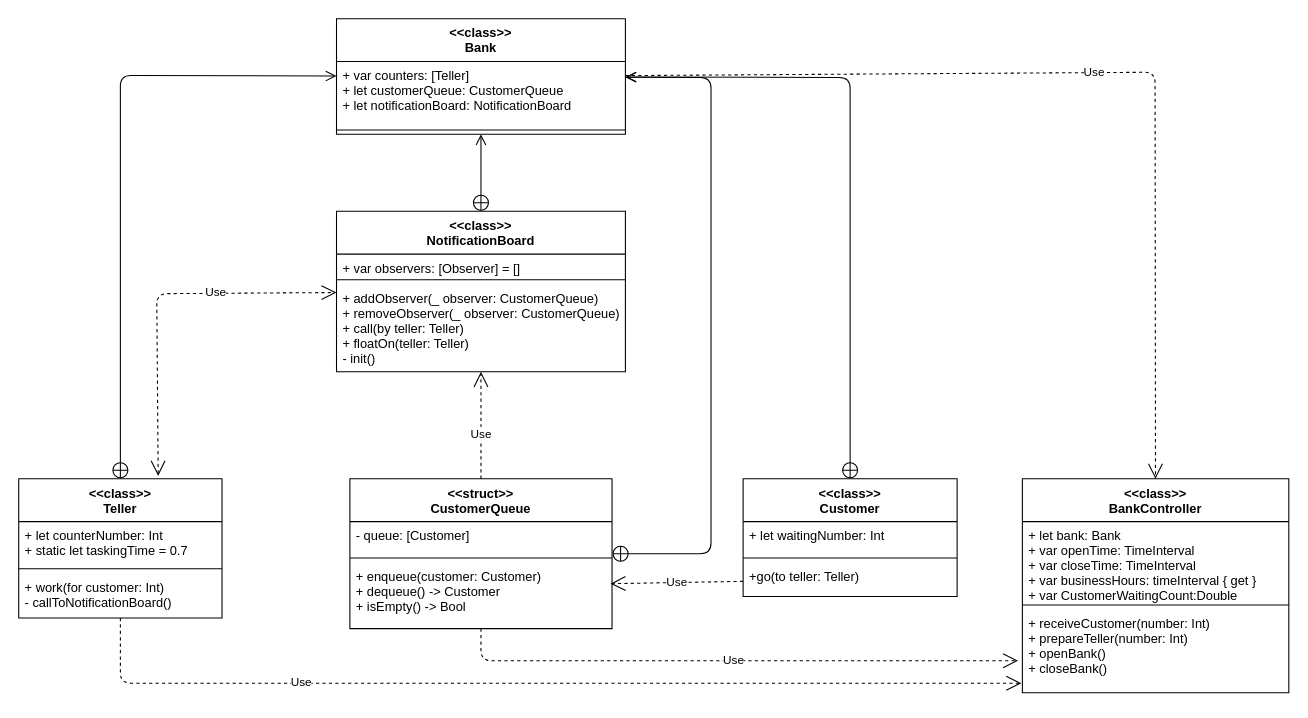
Above: BankManager.drawio in yagom-academy/ios-bank-manager (draw.io), before the change. Source tidied: cells renumbered, new cells numbered last; positions are measured from the earlier drawing's top-left corner, leaving out a move shared by most shapes. Both pictures are drawn from the tidied source at 107%, with x=0, y=0 at pixel (18, 18).
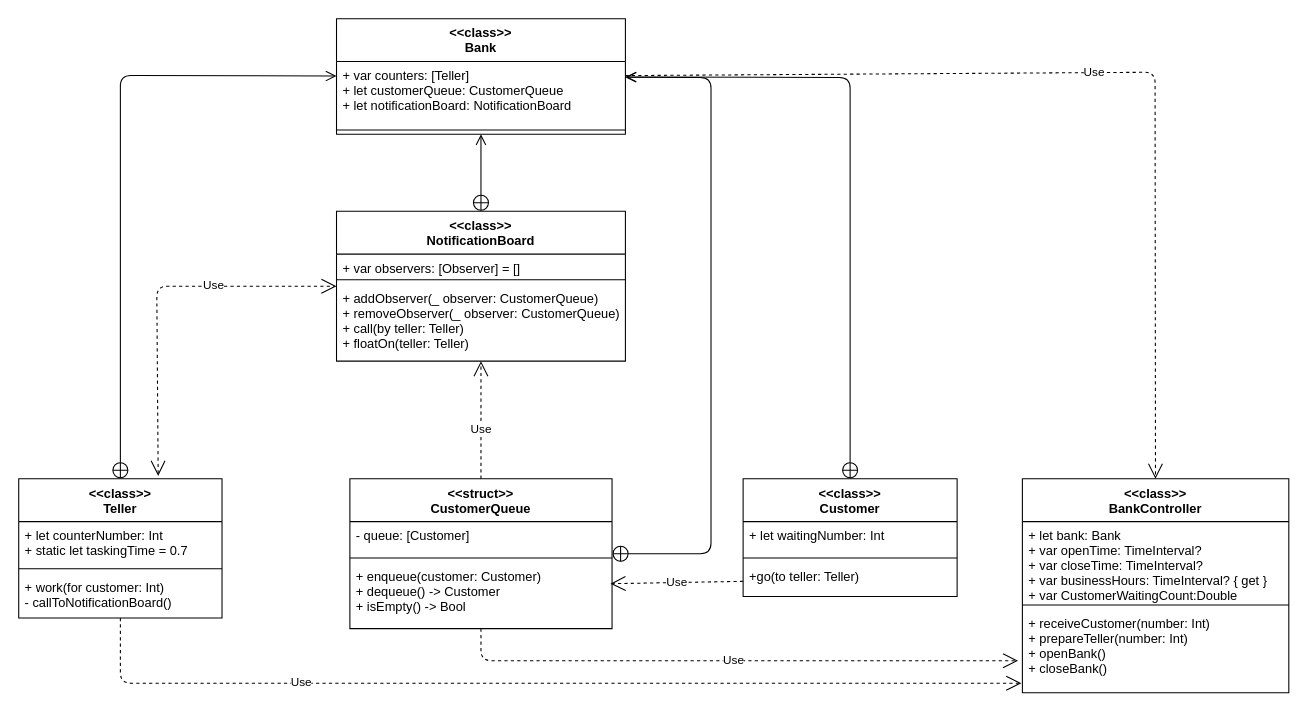
After the change.

The change refers to these unchanged cells:
```xml
<mxCell id="5" value="&lt;&lt;class&gt;&gt;&#10;Teller" style="swimlane;fontStyle=1;align=center;verticalAlign=top;horizontal=1;startSize=40;" parent="1" vertex="1">
  <mxGeometry y="430" width="190" height="130" as="geometry" />
</mxCell>
<mxCell id="28" value="&lt;&lt;class&gt;&gt;&#10;BankController" style="swimlane;fontStyle=1;align=center;verticalAlign=top;horizontal=1;startSize=40;" parent="1" vertex="1">
  <mxGeometry x="938" y="430" width="249" height="200" as="geometry" />
</mxCell>
```

What changed in the source:
```diff
@@
     <mxCell id="17" value="&lt;&lt;class&gt;&gt;&#10;NotificationBoard" style="swimlane;fontStyle=1;align=center;verticalAlign=top;horizontal=1;startSize=40;" parent="1" vertex="1">
-      <mxGeometry x="297" y="180" width="270" height="150" as="geometry" />
+      <mxGeometry x="297" y="180" width="270" height="140" as="geometry" />
     </mxCell>
@@
-    <mxCell id="20" value="+ addObserver(_ observer: CustomerQueue)&#10;+ removeObserver(_ observer: CustomerQueue)&#10;+ call(by teller: Teller)&#10;+ floatOn(teller: Teller)&#10;- init()" style="text;strokeColor=none;fillColor=none;align=left;verticalAlign=top;spacingLeft=4;spacingRight=4;overflow=hidden;" parent="17" vertex="1">
-      <mxGeometry y="68" width="270" height="82" as="geometry" />
+    <mxCell id="20" value="+ addObserver(_ observer: CustomerQueue)&#10;+ removeObserver(_ observer: CustomerQueue)&#10;+ call(by teller: Teller)&#10;+ floatOn(teller: Teller)" style="text;strokeColor=none;fillColor=none;align=left;verticalAlign=top;spacingLeft=4;spacingRight=4;overflow=hidden;" parent="17" vertex="1">
+      <mxGeometry y="68" width="270" height="72" as="geometry" />
     </mxCell>
@@
     <mxCell id="22" value="Use" style="endArrow=open;endSize=12;dashed=1;html=1;startArrow=open;startSize=12;exitX=0.686;exitY=-0.021;exitDx=0;exitDy=0;exitPerimeter=0;" parent="1" edge="1" source="5" target="17">
       <mxGeometry x="0.33" y="1" relative="1" as="geometry">
         <Array as="points">
-          <mxPoint x="129" y="257" />
+          <mxPoint x="129" y="250" />
         </Array>
       </mxGeometry>
     </mxCell>
@@
-    <mxCell id="29" value="+ let bank: Bank&#10;+ var openTime: TimeInterval&#10;+ var closeTime: TimeInterval&#10;+ var businessHours: timeInterval { get }&#10;+ var CustomerWaitingCount:Double&#10;" style="text;strokeColor=none;fillColor=none;align=left;verticalAlign=top;spacingLeft=4;spacingRight=4;overflow=hidden;" parent="28" vertex="1">
+    <mxCell id="29" value="+ let bank: Bank&#10;+ var openTime: TimeInterval?&#10;+ var closeTime: TimeInterval?&#10;+ var businessHours: TimeInterval? { get }&#10;+ var CustomerWaitingCount:Double&#10;" style="text;strokeColor=none;fillColor=none;align=left;verticalAlign=top;spacingLeft=4;spacingRight=4;overflow=hidden;" parent="28" vertex="1">
       <mxGeometry y="40" width="249" height="74" as="geometry" />
     </mxCell>
```
